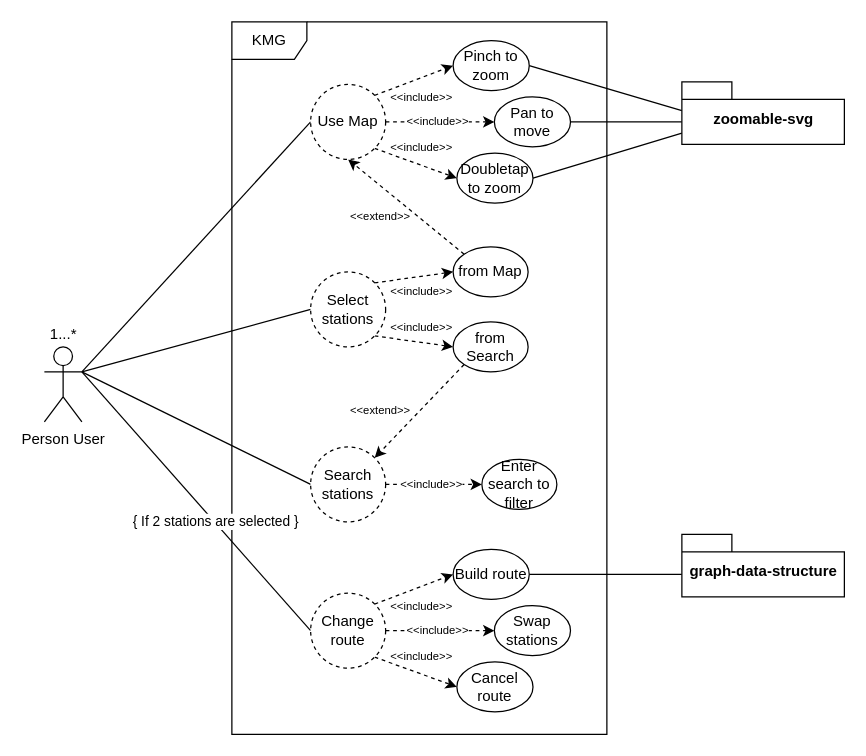
Above: UML diagrams/source/useCase.drawio in nksazonov/KyivMetroGuidebook (draw.io), before the change. Source tidied: cells renumbered, new cells numbered last; positions are measured from the earlier drawing's top-left corner, leaving out a move shared by most shapes. Both pictures are drawn from the tidied source at 125%, with x=0, y=0 at pixel (38, 21).
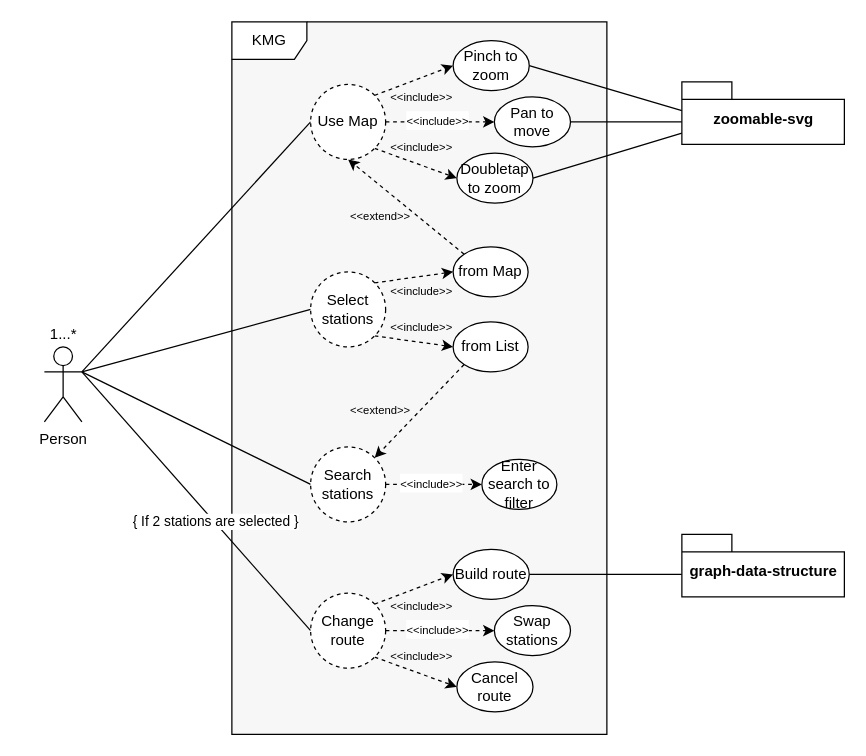
The same page after the edit.

What changed in the source:
```diff
@@
-    <mxCell id="2" value="KMG" style="shape=umlFrame;whiteSpace=wrap;html=1;" parent="1" vertex="1">
+    <mxCell id="2" value="KMG" style="shape=umlFrame;whiteSpace=wrap;html=1;swimlaneFillColor=#F7F7F7;" parent="1" vertex="1">
       <mxGeometry x="155" width="300" height="570" as="geometry" />
     </mxCell>
@@
-    <mxCell id="8" value="Person User" style="shape=umlActor;verticalLabelPosition=bottom;verticalAlign=top;html=1;" parent="1" vertex="1">
+    <mxCell id="8" value="Person" style="shape=umlActor;verticalLabelPosition=bottom;verticalAlign=top;html=1;" parent="1" vertex="1">
       <mxGeometry x="5" y="260" width="30" height="60" as="geometry" />
     </mxCell>
@@
-    <mxCell id="17" value="from Search" style="ellipse;whiteSpace=wrap;html=1;" parent="1" vertex="1">
+    <mxCell id="17" value="from List" style="ellipse;whiteSpace=wrap;html=1;" parent="1" vertex="1">
       <mxGeometry x="332" y="240" width="60" height="40" as="geometry" />
     </mxCell>
```
